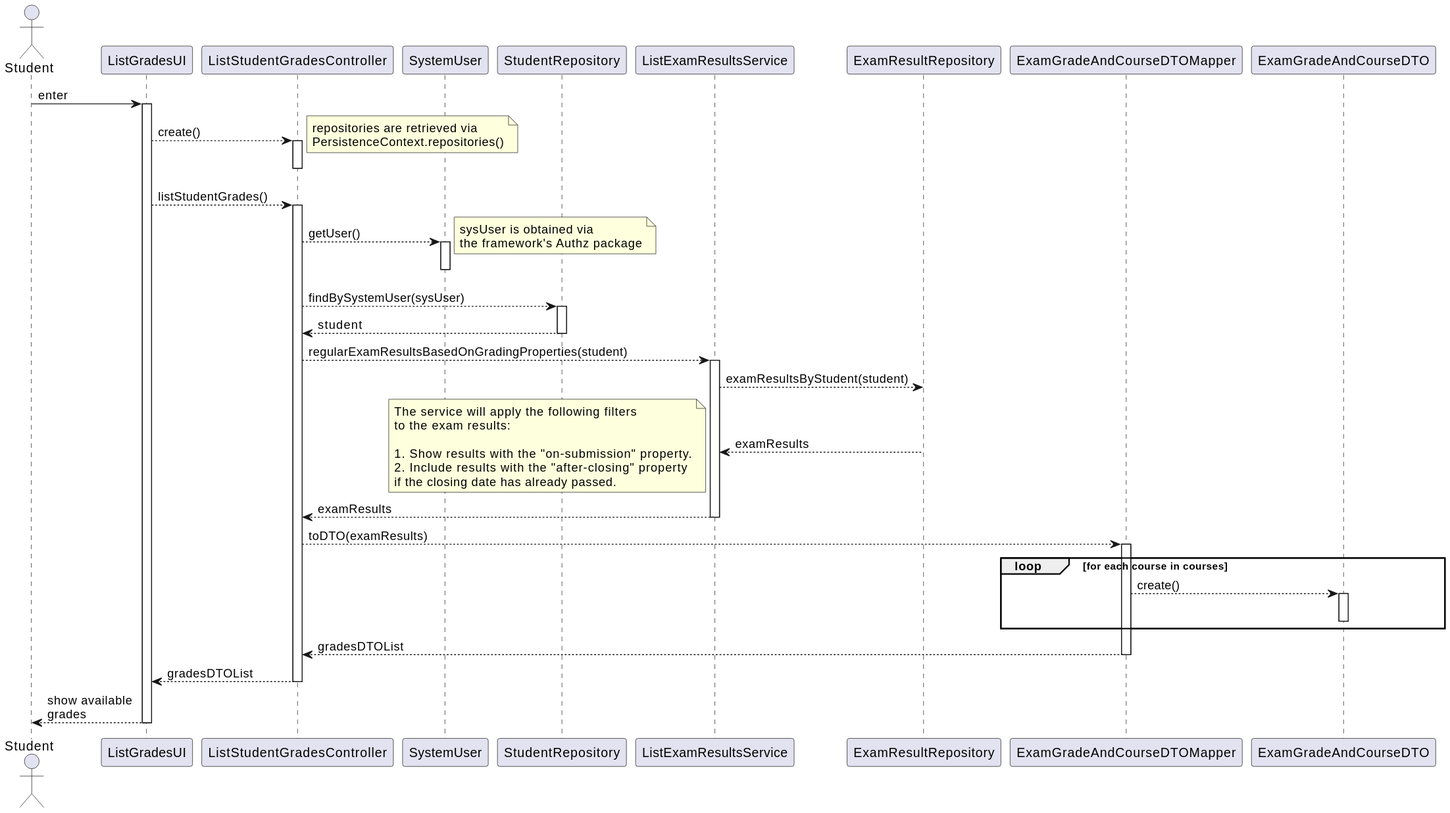
jovami/isep-lapr4 keeps this PlantUML diagram as docs/us_2005/sd.svg. Above is the earlier version.
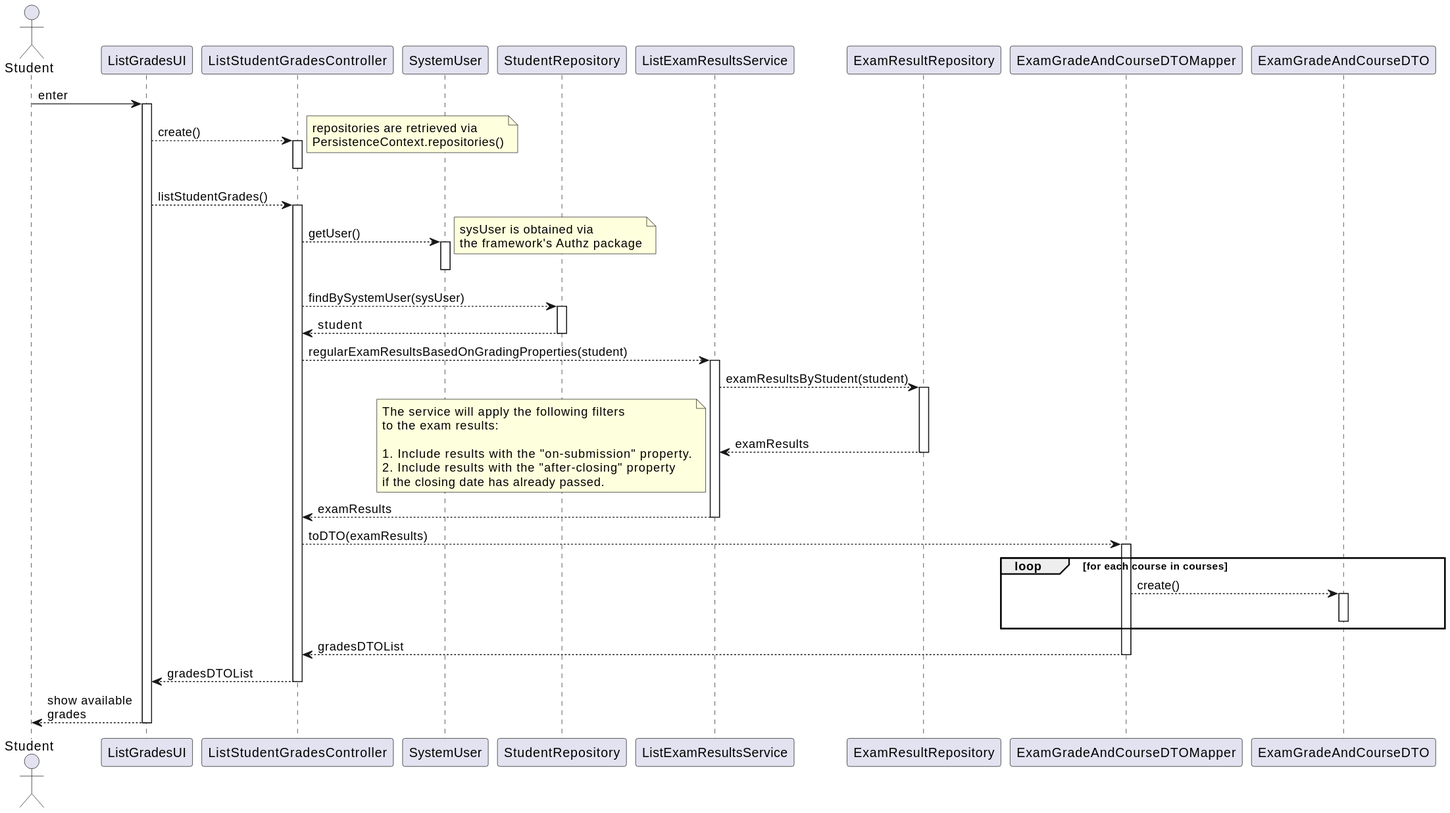
Later version of the same file.

Diff of the diagram source:
```diff
@@ -34,8 +34,11 @@
         ctrl --> svc : regularExamResultsBasedOnGradingProperties(student)
         activate svc
             svc --> e_repo : examResultsByStudent(student)
-            e_repo --> svc : examResults
-            note bottom: The service will apply the following filters \nto the exam results:\n\n1. Show results with the "on-submission" property.\n2. Include results with the "after-closing" property \nif the closing date has already passed.
+            activate e_repo
+                e_repo --> svc : examResults
+            deactivate e_repo
+
+            note bottom: The service will apply the following filters \nto the exam results:\n\n1. Include results with the "on-submission" property.\n2. Include results with the "after-closing" property \nif the closing date has already passed.
             svc --> ctrl : examResults
         deactivate svc
 
```
